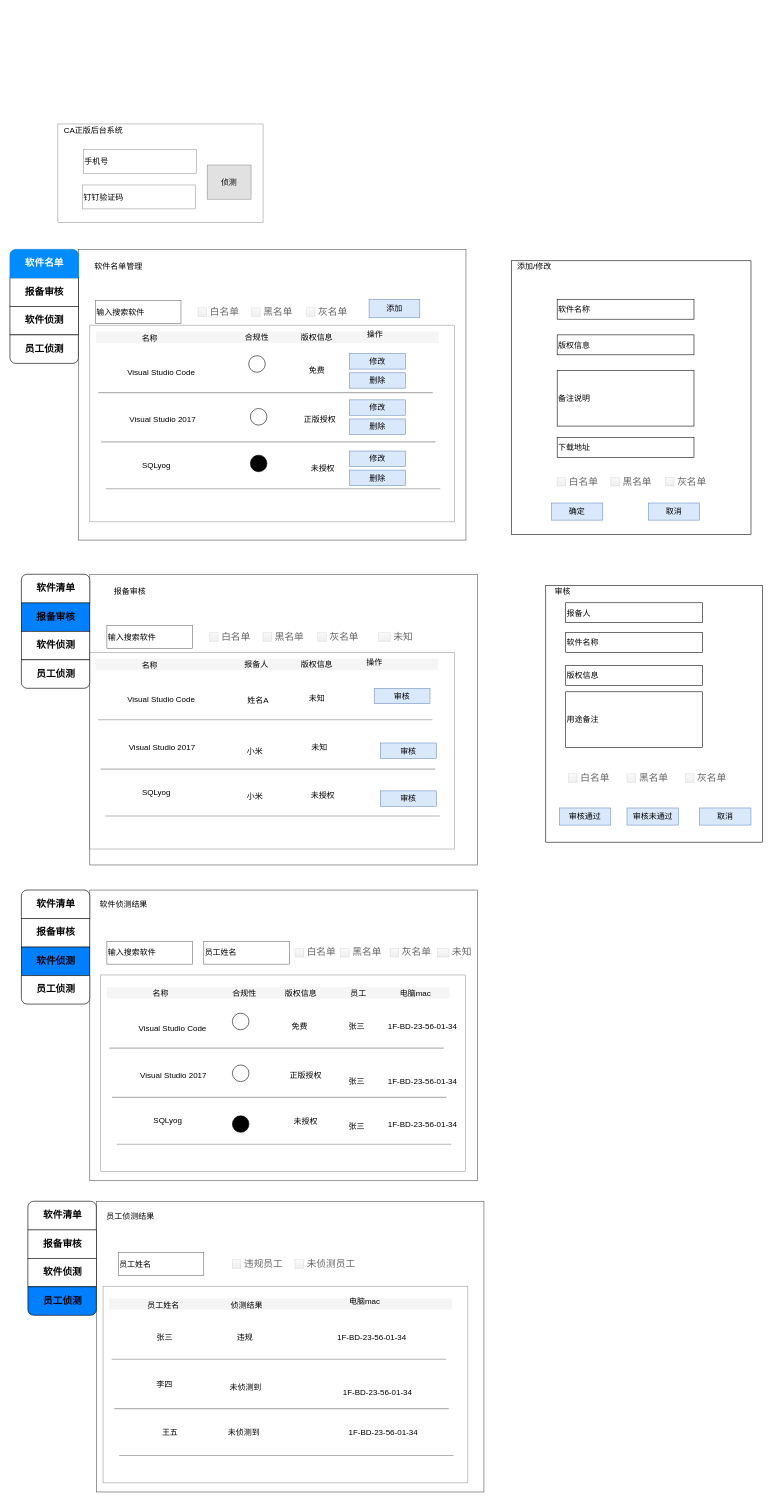
This is page "后端" (2 of 3) of 正版软件管理.drawio from mashifei/uml, a draw.io file, before an edit. Source tidied: cells renumbered, new cells numbered last; positions are measured from the earlier drawing's top-left corner, leaving out a move shared by most shapes. Both pictures are drawn from the tidied source at 57%, with x=0, y=0 at pixel (10, 124).
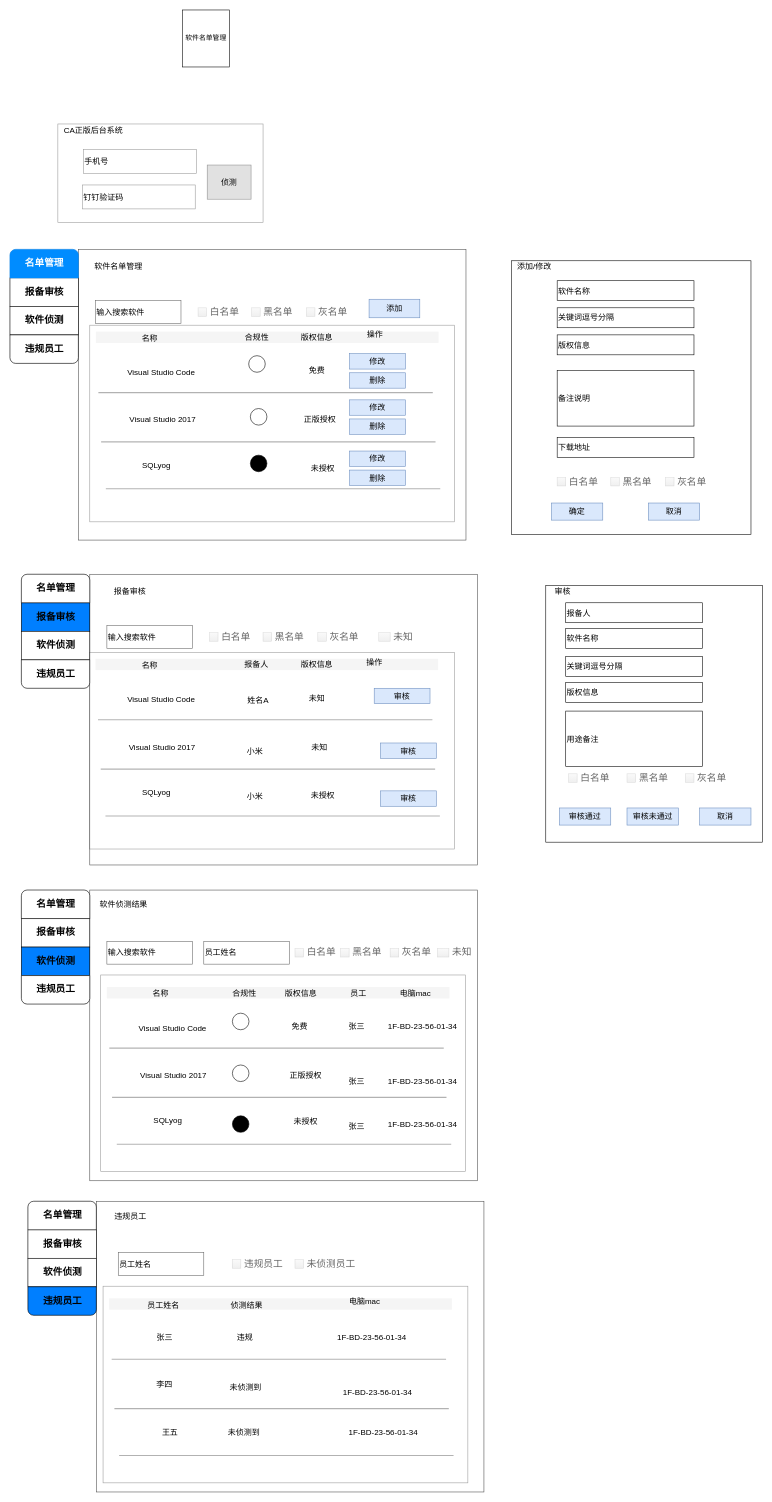
The same page after the edit.

The change refers to these unchanged cells:
```xml
<mxCell id="4" style="strokeWidth=1;shadow=0;dashed=0;align=center;html=1;shape=mxgraph.mockup.rrect;rSize=10;strokeColor=#666666;sketch=0;fillColor=#000000;fontSize=14;opacity=30;" parent="1" vertex="1">
  <mxGeometry y="220" width="120" height="200" as="geometry" />
</mxCell>
<mxCell id="53" style="strokeWidth=1;shadow=0;dashed=0;align=center;html=1;shape=mxgraph.mockup.rrect;rSize=10;strokeColor=#666666;sketch=0;fillColor=#000000;fontSize=14;opacity=30;" parent="1" vertex="1">
  <mxGeometry x="20" y="790" width="120" height="200" as="geometry" />
</mxCell>
<mxCell id="98" style="strokeWidth=1;shadow=0;dashed=0;align=center;html=1;shape=mxgraph.mockup.rrect;rSize=10;strokeColor=#666666;sketch=0;fillColor=#000000;fontSize=14;opacity=30;" parent="1" vertex="1">
  <mxGeometry x="20" y="1344" width="120" height="200" as="geometry" />
</mxCell>
<mxCell id="138" style="strokeWidth=1;shadow=0;dashed=0;align=center;html=1;shape=mxgraph.mockup.rrect;rSize=10;strokeColor=#666666;sketch=0;fillColor=#000000;fontSize=14;opacity=30;" parent="1" vertex="1">
  <mxGeometry x="31.5" y="1890" width="120" height="200" as="geometry" />
</mxCell>
```

What changed in the source:
```diff
@@
-    <mxCell id="7" value="员工侦测" style="strokeWidth=1;shadow=0;dashed=0;align=center;html=1;shape=mxgraph.mockup.bottomButton;rSize=10;fontSize=17;fontStyle=1;" parent="4" vertex="1">
+    <mxCell id="7" value="违规员工" style="strokeWidth=1;shadow=0;dashed=0;align=center;html=1;shape=mxgraph.mockup.bottomButton;rSize=10;fontSize=17;fontStyle=1;" parent="4" vertex="1">
       <mxGeometry y="1" width="120" height="50" relative="1" as="geometry">
         <mxPoint y="-50" as="offset" />
       </mxGeometry>
     </mxCell>
-    <mxCell id="8" value="软件名单" style="strokeWidth=1;shadow=0;dashed=0;align=center;html=1;shape=mxgraph.mockup.topButton;rSize=10;fontSize=17;fontColor=#ffffff;fontStyle=1;fillColor=#008cff;strokeColor=#008cff;" parent="4" vertex="1">
+    <mxCell id="8" value="名单管理" style="strokeWidth=1;shadow=0;dashed=0;align=center;html=1;shape=mxgraph.mockup.topButton;rSize=10;fontSize=17;fontColor=#ffffff;fontStyle=1;fillColor=#008cff;strokeColor=#008cff;" parent="4" vertex="1">
       <mxGeometry width="120" height="50" relative="1" as="geometry" />
     </mxCell>
@@
     <mxCell id="42" value="软件名称" style="rounded=0;whiteSpace=wrap;html=1;shadow=0;sketch=0;strokeColor=#000000;fillColor=none;fontSize=14;fontColor=#000000;align=left;" parent="1" vertex="1">
-      <mxGeometry x="960" y="307.5" width="240" height="35" as="geometry" />
+      <mxGeometry x="960" y="275" width="240" height="35" as="geometry" />
     </mxCell>
@@
-    <mxCell id="56" value="员工侦测" style="strokeWidth=1;shadow=0;dashed=0;align=center;html=1;shape=mxgraph.mockup.bottomButton;rSize=10;fontSize=17;fontStyle=1;" parent="53" vertex="1">
+    <mxCell id="56" value="违规员工" style="strokeWidth=1;shadow=0;dashed=0;align=center;html=1;shape=mxgraph.mockup.bottomButton;rSize=10;fontSize=17;fontStyle=1;" parent="53" vertex="1">
       <mxGeometry y="1" width="120" height="50" relative="1" as="geometry">
         <mxPoint y="-50" as="offset" />
       </mxGeometry>
     </mxCell>
-    <mxCell id="57" value="软件清单" style="strokeWidth=1;shadow=0;dashed=0;align=center;html=1;shape=mxgraph.mockup.topButton;rSize=10;fontSize=17;fontStyle=1;" parent="53" vertex="1">
+    <mxCell id="57" value="名单管理" style="strokeWidth=1;shadow=0;dashed=0;align=center;html=1;shape=mxgraph.mockup.topButton;rSize=10;fontSize=17;fontStyle=1;" parent="53" vertex="1">
       <mxGeometry width="120" height="50" relative="1" as="geometry" />
     </mxCell>
@@
     <mxCell id="87" value="软件名称" style="rounded=0;whiteSpace=wrap;html=1;shadow=0;sketch=0;strokeColor=#000000;fillColor=none;fontSize=14;fontColor=#000000;align=left;" parent="1" vertex="1">
-      <mxGeometry x="975" y="892.5" width="240" height="35" as="geometry" />
+      <mxGeometry x="975" y="885" width="240" height="35" as="geometry" />
     </mxCell>
     <mxCell id="88" value="版权信息" style="rounded=0;whiteSpace=wrap;html=1;shadow=0;sketch=0;strokeColor=#000000;fillColor=none;fontSize=14;fontColor=#000000;align=left;" parent="1" vertex="1">
-      <mxGeometry x="975" y="950" width="240" height="35" as="geometry" />
+      <mxGeometry x="975" y="980" width="240" height="35" as="geometry" />
     </mxCell>
     <mxCell id="89" value="用途备注" style="rounded=0;whiteSpace=wrap;html=1;shadow=0;sketch=0;strokeColor=#000000;fillColor=none;fontSize=14;fontColor=#000000;align=left;" parent="1" vertex="1">
-      <mxGeometry x="975" y="996.2" width="240" height="97.5" as="geometry" />
+      <mxGeometry x="975" y="1030" width="240" height="97.5" as="geometry" />
     </mxCell>
@@
-    <mxCell id="101" value="员工侦测" style="strokeWidth=1;shadow=0;dashed=0;align=center;html=1;shape=mxgraph.mockup.bottomButton;rSize=10;fontSize=17;fontStyle=1;" parent="98" vertex="1">
+    <mxCell id="101" value="违规员工" style="strokeWidth=1;shadow=0;dashed=0;align=center;html=1;shape=mxgraph.mockup.bottomButton;rSize=10;fontSize=17;fontStyle=1;" parent="98" vertex="1">
       <mxGeometry y="1" width="120" height="50" relative="1" as="geometry">
         <mxPoint y="-50" as="offset" />
       </mxGeometry>
     </mxCell>
-    <mxCell id="102" value="软件清单" style="strokeWidth=1;shadow=0;dashed=0;align=center;html=1;shape=mxgraph.mockup.topButton;rSize=10;fontSize=17;fontStyle=1;" parent="98" vertex="1">
+    <mxCell id="102" value="名单管理" style="strokeWidth=1;shadow=0;dashed=0;align=center;html=1;shape=mxgraph.mockup.topButton;rSize=10;fontSize=17;fontStyle=1;" parent="98" vertex="1">
       <mxGeometry width="120" height="50" relative="1" as="geometry" />
     </mxCell>
@@
-    <mxCell id="141" value="员工侦测" style="strokeWidth=1;shadow=0;dashed=0;align=center;html=1;shape=mxgraph.mockup.bottomButton;rSize=10;fontSize=17;fontStyle=1;fillColor=#007FFF;" parent="138" vertex="1">
+    <mxCell id="141" value="违规员工" style="strokeWidth=1;shadow=0;dashed=0;align=center;html=1;shape=mxgraph.mockup.bottomButton;rSize=10;fontSize=17;fontStyle=1;fillColor=#007FFF;" parent="138" vertex="1">
       <mxGeometry y="1" width="120" height="50" relative="1" as="geometry">
         <mxPoint y="-50" as="offset" />
       </mxGeometry>
     </mxCell>
-    <mxCell id="142" value="软件清单" style="strokeWidth=1;shadow=0;dashed=0;align=center;html=1;shape=mxgraph.mockup.topButton;rSize=10;fontSize=17;fontStyle=1;" parent="138" vertex="1">
+    <mxCell id="142" value="名单管理" style="strokeWidth=1;shadow=0;dashed=0;align=center;html=1;shape=mxgraph.mockup.topButton;rSize=10;fontSize=17;fontStyle=1;" parent="138" vertex="1">
       <mxGeometry width="120" height="50" relative="1" as="geometry" />
     </mxCell>
-    <mxCell id="143" value="员工侦测结果" style="text;html=1;strokeColor=none;fillColor=none;align=center;verticalAlign=middle;whiteSpace=wrap;rounded=0;shadow=0;sketch=0;fontSize=14;fontColor=#000000;opacity=20;" parent="1" vertex="1">
+    <mxCell id="143" value="违规员工" style="text;html=1;strokeColor=none;fillColor=none;align=center;verticalAlign=middle;whiteSpace=wrap;rounded=0;shadow=0;sketch=0;fontSize=14;fontColor=#000000;opacity=20;" parent="1" vertex="1">
       <mxGeometry x="161.5" y="1906" width="99" height="20" as="geometry" />
     </mxCell>
@@
+    <mxCell id="174" value="关键词逗号分隔" style="rounded=0;whiteSpace=wrap;html=1;shadow=0;sketch=0;strokeColor=#000000;fillColor=none;fontSize=14;fontColor=#000000;align=left;" parent="1" vertex="1">
+      <mxGeometry x="960" y="322.5" width="240" height="35" as="geometry" />
+    </mxCell>
+    <mxCell id="175" value="关键词逗号分隔" style="rounded=0;whiteSpace=wrap;html=1;shadow=0;sketch=0;strokeColor=#000000;fillColor=none;fontSize=14;fontColor=#000000;align=left;" parent="1" vertex="1">
+      <mxGeometry x="975" y="934" width="240" height="35" as="geometry" />
+    </mxCell>
+    <mxCell id="176" value="软件名单管理" style="rounded=0;whiteSpace=wrap;html=1;" parent="1" vertex="1">
+      <mxGeometry x="303" y="-200" width="82" height="100" as="geometry" />
+    </mxCell>
```
